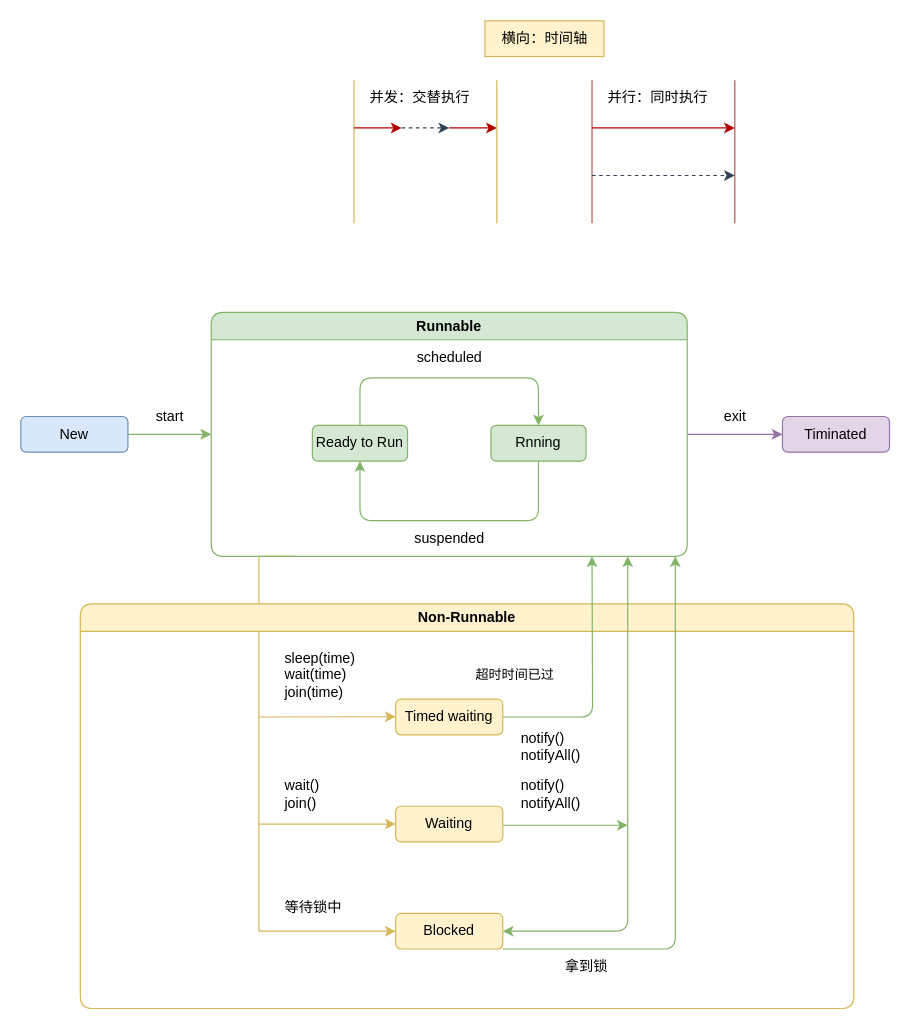
Earlier version of the draw.io diagram huhx-blog.drawio (huhx/huhx_diagram). Source tidied: cells renumbered, new cells numbered last; positions are measured from the earlier drawing's top-left corner, leaving out a move shared by most shapes. Both pictures are drawn from the tidied source at 119%, with x=0, y=0 at pixel (20, 20).
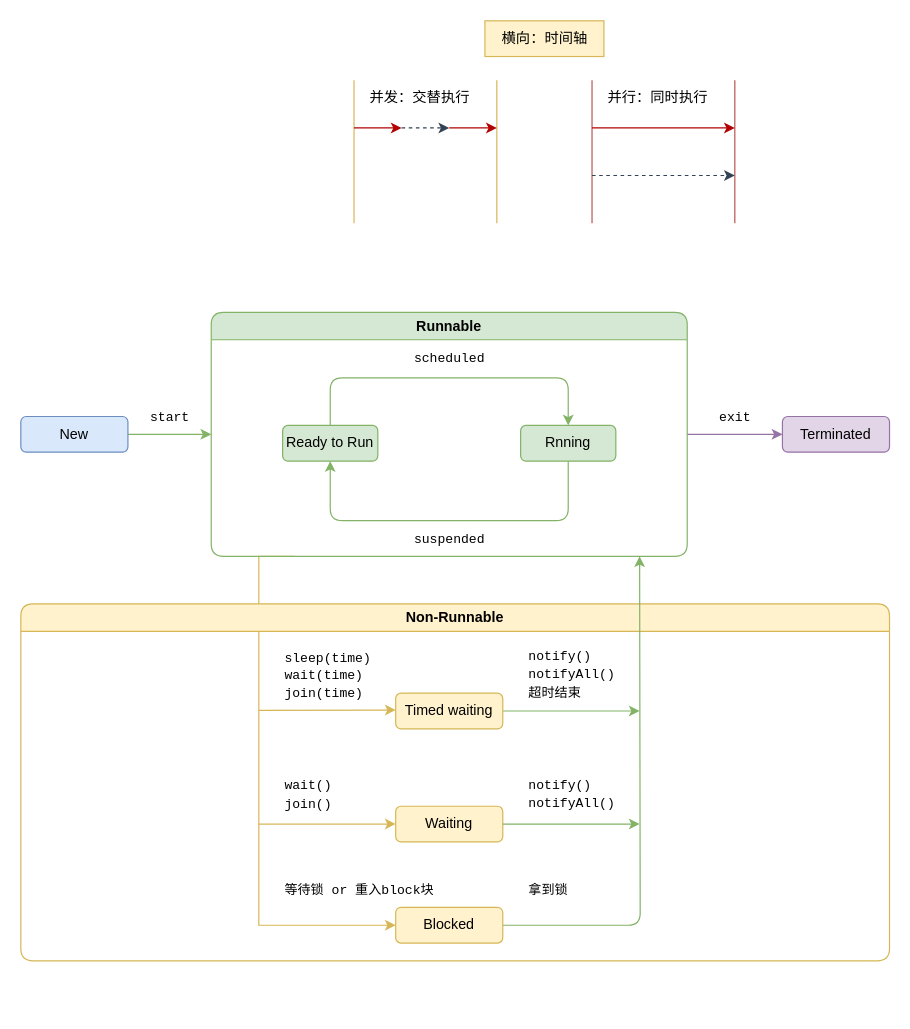
Above is the later version.

Unchanged cells that the change refers to:
```xml
<mxCell id="19" value="Runnable" style="swimlane;whiteSpace=wrap;html=1;fillColor=#d5e8d4;strokeColor=#82b366;rounded=1;" parent="1" vertex="1">
  <mxGeometry x="160" y="245" width="400" height="205" as="geometry" />
</mxCell>
```

Change to the diagram source:
```diff
@@
     <mxCell id="18" style="edgeStyle=orthogonalEdgeStyle;rounded=0;jettySize=auto;html=1;entryX=0;entryY=0.5;entryDx=0;entryDy=0;fillColor=#fff2cc;strokeColor=#d6b656;" parent="1" edge="1" target="35">
       <mxGeometry relative="1" as="geometry">
         <mxPoint x="230" y="450" as="sourcePoint" />
         <Array as="points">
           <mxPoint x="200" y="450" />
-          <mxPoint x="200" y="765" />
+          <mxPoint x="200" y="760" />
         </Array>
       </mxGeometry>
     </mxCell>
@@
-    <mxCell id="20" style="edgeStyle=orthogonalEdgeStyle;rounded=1;jettySize=auto;html=1;fillColor=#d5e8d4;strokeColor=#82b366;" parent="19" edge="1" source="21" target="23">
+    <mxCell id="20" style="edgeStyle=orthogonalEdgeStyle;rounded=1;jettySize=auto;html=1;fillColor=#d5e8d4;strokeColor=#82b366;exitX=0.5;exitY=0;exitDx=0;exitDy=0;entryX=0.5;entryY=0;entryDx=0;entryDy=0;" parent="19" edge="1" source="21" target="23">
       <mxGeometry relative="1" as="geometry">
         <Array as="points">
-          <mxPoint x="125" y="55" />
-          <mxPoint x="275" y="55" />
+          <mxPoint x="100" y="55" />
+          <mxPoint x="300" y="55" />
         </Array>
       </mxGeometry>
     </mxCell>
     <mxCell id="21" value="Ready to Run" style="rounded=1;whiteSpace=wrap;html=1;fillColor=#d5e8d4;strokeColor=#82b366;" parent="19" vertex="1">
-      <mxGeometry x="85" y="95" width="80" height="30" as="geometry" />
+      <mxGeometry x="60" y="95" width="80" height="30" as="geometry" />
     </mxCell>
-    <mxCell id="22" style="edgeStyle=orthogonalEdgeStyle;rounded=1;jettySize=auto;html=1;fillColor=#d5e8d4;strokeColor=#82b366;" parent="19" edge="1" source="23" target="21">
+    <mxCell id="22" style="edgeStyle=orthogonalEdgeStyle;rounded=1;jettySize=auto;html=1;fillColor=#d5e8d4;strokeColor=#82b366;entryX=0.5;entryY=1;entryDx=0;entryDy=0;exitX=0.5;exitY=1;exitDx=0;exitDy=0;" parent="19" edge="1" source="23" target="21">
       <mxGeometry relative="1" as="geometry">
         <Array as="points">
-          <mxPoint x="275" y="175" />
-          <mxPoint x="125" y="175" />
+          <mxPoint x="300" y="175" />
+          <mxPoint x="100" y="175" />
         </Array>
       </mxGeometry>
     </mxCell>
     <mxCell id="23" value="Rnning" style="rounded=1;whiteSpace=wrap;html=1;fillColor=#d5e8d4;strokeColor=#82b366;" parent="19" vertex="1">
-      <mxGeometry x="235" y="95" width="80" height="30" as="geometry" />
+      <mxGeometry x="260" y="95" width="80" height="30" as="geometry" />
     </mxCell>
-    <mxCell id="24" value="suspended" style="text;html=1;align=center;verticalAlign=middle;strokeColor=none;fillColor=none;" parent="19" vertex="1">
+    <mxCell id="24" value="&lt;font face=&quot;Courier New&quot; style=&quot;font-size: 11px;&quot;&gt;suspended&lt;/font&gt;" style="text;html=1;align=center;verticalAlign=middle;strokeColor=none;fillColor=none;" parent="19" vertex="1">
       <mxGeometry x="160" y="175" width="80" height="30" as="geometry" />
     </mxCell>
-    <mxCell id="25" value="scheduled" style="text;html=1;align=center;verticalAlign=middle;strokeColor=none;fillColor=none;" parent="1" vertex="1">
+    <mxCell id="25" value="&lt;font face=&quot;Courier New&quot; style=&quot;font-size: 11px;&quot;&gt;scheduled&lt;/font&gt;" style="text;html=1;align=center;verticalAlign=middle;strokeColor=none;fillColor=none;" parent="1" vertex="1">
       <mxGeometry x="320" y="268" width="80" height="30" as="geometry" />
     </mxCell>
-    <mxCell id="26" value="Timinated" style="rounded=1;whiteSpace=wrap;html=1;fillColor=#e1d5e7;strokeColor=#9673a6;" parent="1" vertex="1">
+    <mxCell id="26" value="Terminated" style="rounded=1;whiteSpace=wrap;html=1;fillColor=#e1d5e7;strokeColor=#9673a6;" parent="1" vertex="1">
       <mxGeometry x="640" y="332.5" width="90" height="30" as="geometry" />
     </mxCell>
-    <mxCell id="27" value="start" style="text;html=1;align=center;verticalAlign=middle;strokeColor=none;fillColor=none;" parent="1" vertex="1">
-      <mxGeometry x="100" y="318" width="50" height="30" as="geometry" />
+    <mxCell id="27" value="&lt;font style=&quot;font-size: 11px;&quot; face=&quot;Courier New&quot;&gt;start&lt;/font&gt;" style="text;html=1;align=center;verticalAlign=middle;strokeColor=none;fillColor=none;" parent="1" vertex="1">
+      <mxGeometry x="95" y="318" width="60" height="30" as="geometry" />
     </mxCell>
-    <mxCell id="28" value="exit" style="text;html=1;align=center;verticalAlign=middle;strokeColor=none;fillColor=none;" parent="1" vertex="1">
-      <mxGeometry x="580" y="318" width="40" height="30" as="geometry" />
+    <mxCell id="28" value="&lt;font face=&quot;Courier New&quot; style=&quot;font-size: 11px;&quot;&gt;exit&lt;/font&gt;" style="text;html=1;align=center;verticalAlign=middle;strokeColor=none;fillColor=none;" parent="1" vertex="1">
+      <mxGeometry x="575" y="318" width="50" height="30" as="geometry" />
     </mxCell>
     <mxCell id="29" value="Non-Runnable" style="swimlane;whiteSpace=wrap;html=1;rounded=1;fillColor=#fff2cc;strokeColor=#d6b656;" parent="1" vertex="1">
-      <mxGeometry x="50" y="490" width="650" height="340" as="geometry" />
+      <mxGeometry y="490" width="730" height="300" as="geometry" />
     </mxCell>
-    <mxCell id="30" style="edgeStyle=orthogonalEdgeStyle;rounded=1;jettySize=auto;html=1;fillColor=#d5e8d4;strokeColor=#82b366;" parent="29" edge="1" source="31">
-      <mxGeometry relative="1" as="geometry">
-        <mxPoint x="430" y="-40" as="targetPoint" />
-      </mxGeometry>
-    </mxCell>
+    <mxCell id="46" style="edgeStyle=orthogonalEdgeStyle;rounded=0;jettySize=auto;html=1;fillColor=#d5e8d4;strokeColor=#82b366;" parent="29" edge="1" source="31">
+      <mxGeometry relative="1" as="geometry">
+        <mxPoint x="520" y="90" as="targetPoint" />
+      </mxGeometry>
+    </mxCell>
     <mxCell id="31" value="Timed waiting" style="rounded=1;whiteSpace=wrap;html=1;fillColor=#fff2cc;strokeColor=#d6b656;" parent="29" vertex="1">
-      <mxGeometry x="265" y="80" width="90" height="30" as="geometry" />
+      <mxGeometry x="315" y="75" width="90" height="30" as="geometry" />
     </mxCell>
-    <mxCell id="32" style="edgeStyle=orthogonalEdgeStyle;rounded=0;orthogonalLoop=1;jettySize=auto;html=1;fillColor=#d5e8d4;strokeColor=#82b366;" parent="29" edge="1">
-      <mxGeometry relative="1" as="geometry">
-        <mxPoint x="350" y="186" as="sourcePoint" />
-        <mxPoint x="460" y="186" as="targetPoint" />
-      </mxGeometry>
-    </mxCell>
-    <mxCell id="33" value="Waiting" style="rounded=1;whiteSpace=wrap;html=1;fillColor=#fff2cc;strokeColor=#d6b656;" parent="29" vertex="1">
-      <mxGeometry x="265" y="170" width="90" height="30" as="geometry" />
-    </mxCell>
-    <mxCell id="34" style="edgeStyle=orthogonalEdgeStyle;rounded=1;jettySize=auto;html=1;exitX=1;exitY=0.5;exitDx=0;exitDy=0;strokeColor=#82b366;startArrow=classic;startFill=1;fillColor=#d5e8d4;" parent="29" edge="1" source="35">
-      <mxGeometry relative="1" as="geometry">
-        <mxPoint x="460" y="-40" as="targetPoint" />
-        <Array as="points">
-          <mxPoint x="460" y="275" />
-          <mxPoint x="460" y="-40" />
-        </Array>
-      </mxGeometry>
-    </mxCell>
+    <mxCell id="47" style="edgeStyle=orthogonalEdgeStyle;rounded=1;jettySize=auto;html=1;fillColor=#d5e8d4;strokeColor=#82b366;" parent="29" edge="1" source="35">
+      <mxGeometry relative="1" as="geometry">
+        <mxPoint x="520" y="-40" as="targetPoint" />
+      </mxGeometry>
+    </mxCell>
     <mxCell id="35" value="Blocked" style="rounded=1;whiteSpace=wrap;html=1;fillColor=#fff2cc;strokeColor=#d6b656;" parent="29" vertex="1">
-      <mxGeometry x="265" y="260" width="90" height="30" as="geometry" />
+      <mxGeometry x="315" y="255" width="90" height="30" as="geometry" />
     </mxCell>
-    <mxCell id="36" value="拿到锁" style="text;html=1;align=center;verticalAlign=middle;strokeColor=none;fillColor=none;" parent="29" vertex="1">
-      <mxGeometry x="395" y="290" width="60" height="30" as="geometry" />
-    </mxCell>
-    <mxCell id="37" value="&lt;div style=&quot;text-align: left;&quot;&gt;&lt;span style=&quot;background-color: initial;&quot;&gt;notify()&lt;/span&gt;&lt;/div&gt;notifyAll()" style="text;html=1;align=center;verticalAlign=middle;strokeColor=none;fillColor=none;" parent="29" vertex="1">
-      <mxGeometry x="360" y="140" width="70" height="40" as="geometry" />
+    <mxCell id="37" value="&lt;div style=&quot;font-size: 11px;&quot;&gt;&lt;span style=&quot;background-color: initial;&quot;&gt;&lt;font style=&quot;font-size: 11px;&quot; face=&quot;Courier New&quot;&gt;notify()&lt;/font&gt;&lt;/span&gt;&lt;/div&gt;&lt;font style=&quot;font-size: 11px;&quot; face=&quot;Courier New&quot;&gt;notifyAll()&lt;/font&gt;" style="text;html=1;align=left;verticalAlign=middle;strokeColor=none;fillColor=none;" parent="29" vertex="1">
+      <mxGeometry x="425" y="140" width="100" height="40" as="geometry" />
     </mxCell>
-    <mxCell id="38" value="&lt;div style=&quot;text-align: left;&quot;&gt;&lt;span style=&quot;background-color: initial;&quot;&gt;notify()&lt;/span&gt;&lt;/div&gt;notifyAll()" style="text;html=1;align=center;verticalAlign=middle;strokeColor=none;fillColor=none;" parent="29" vertex="1">
-      <mxGeometry x="360" y="100" width="70" height="40" as="geometry" />
+    <mxCell id="38" value="&lt;div style=&quot;font-size: 11px;&quot;&gt;&lt;span style=&quot;background-color: initial;&quot;&gt;&lt;font style=&quot;font-size: 11px;&quot; face=&quot;Courier New&quot;&gt;notify()&lt;/font&gt;&lt;/span&gt;&lt;/div&gt;&lt;font style=&quot;font-size: 11px;&quot; face=&quot;Courier New&quot;&gt;notifyAll()&lt;br&gt;超时结束&lt;/font&gt;" style="text;html=1;align=left;verticalAlign=middle;strokeColor=none;fillColor=none;" parent="29" vertex="1">
+      <mxGeometry x="425" y="30" width="100" height="60" as="geometry" />
     </mxCell>
-    <mxCell id="39" value="&lt;font style=&quot;font-size: 11px;&quot;&gt;超时时间已过&lt;/font&gt;" style="text;html=1;align=center;verticalAlign=middle;strokeColor=none;fillColor=none;" parent="29" vertex="1">
-      <mxGeometry x="320" y="45" width="90" height="30" as="geometry" />
-    </mxCell>
-    <mxCell id="40" value="等待锁中" style="text;html=1;align=left;verticalAlign=middle;strokeColor=none;fillColor=none;" parent="29" vertex="1">
-      <mxGeometry x="170" y="240" width="70" height="30" as="geometry" />
+    <mxCell id="40" value="&lt;font face=&quot;Courier New&quot; style=&quot;font-size: 11px;&quot;&gt;等待锁 or&amp;nbsp;重入block块&lt;/font&gt;" style="text;html=1;align=left;verticalAlign=middle;strokeColor=none;fillColor=none;" parent="29" vertex="1">
+      <mxGeometry x="220" y="225" width="150" height="30" as="geometry" />
     </mxCell>
     <mxCell id="41" style="endArrow=classic;html=1;rounded=0;entryX=0;entryY=0.5;entryDx=0;entryDy=0;fillColor=#fff2cc;strokeColor=#d6b656;" parent="29" edge="1">
       <mxGeometry relative="1" as="geometry">
-        <mxPoint x="150" y="95" as="sourcePoint" />
-        <mxPoint x="265" y="94.8" as="targetPoint" />
+        <mxPoint x="200" y="89.4" as="sourcePoint" />
+        <mxPoint x="315" y="89.2" as="targetPoint" />
       </mxGeometry>
     </mxCell>
-    <mxCell id="42" value="sleep(time)&lt;br&gt;wait(time)&lt;br&gt;join(time)" style="text;html=1;align=left;verticalAlign=middle;strokeColor=none;fillColor=none;" parent="29" vertex="1">
-      <mxGeometry x="170" y="30" width="80" height="60" as="geometry" />
+    <mxCell id="42" value="&lt;font face=&quot;Courier New&quot; style=&quot;font-size: 11px;&quot;&gt;sleep(time)&lt;br&gt;wait(time)&lt;br&gt;join(time)&lt;/font&gt;" style="text;html=1;align=left;verticalAlign=middle;strokeColor=none;fillColor=none;" parent="29" vertex="1">
+      <mxGeometry x="220" y="30" width="100" height="60" as="geometry" />
     </mxCell>
-    <mxCell id="43" value="wait()&lt;br&gt;join()" style="text;html=1;align=left;verticalAlign=middle;strokeColor=none;fillColor=none;" parent="29" vertex="1">
-      <mxGeometry x="170" y="140" width="50" height="40" as="geometry" />
+    <mxCell id="43" value="&lt;font face=&quot;Courier New&quot; style=&quot;font-size: 11px;&quot;&gt;wait()&lt;br&gt;join()&lt;/font&gt;" style="text;html=1;align=left;verticalAlign=middle;strokeColor=none;fillColor=none;" parent="29" vertex="1">
+      <mxGeometry x="220" y="140" width="60" height="40" as="geometry" />
     </mxCell>
-    <mxCell id="44" style="edgeStyle=orthogonalEdgeStyle;rounded=1;jettySize=auto;html=1;fillColor=#d5e8d4;strokeColor=#82b366;" parent="1" edge="1" source="35">
-      <mxGeometry relative="1" as="geometry">
-        <mxPoint x="550" y="450" as="targetPoint" />
-        <Array as="points">
-          <mxPoint x="550" y="780" />
-          <mxPoint x="550" y="450" />
-        </Array>
-      </mxGeometry>
-    </mxCell>
+    <mxCell id="33" value="Waiting" style="rounded=1;whiteSpace=wrap;html=1;fillColor=#fff2cc;strokeColor=#d6b656;" parent="29" vertex="1">
+      <mxGeometry x="315" y="170" width="90" height="30" as="geometry" />
+    </mxCell>
+    <mxCell id="36" value="&lt;font face=&quot;Courier New&quot; style=&quot;font-size: 11px;&quot;&gt;拿到锁&lt;/font&gt;" style="text;html=1;align=left;verticalAlign=middle;strokeColor=none;fillColor=none;" parent="29" vertex="1">
+      <mxGeometry x="425" y="225" width="60" height="30" as="geometry" />
+    </mxCell>
@@
+    <mxCell id="48" style="endArrow=classic;html=1;rounded=0;exitX=1;exitY=0.5;exitDx=0;exitDy=0;fillColor=#d5e8d4;strokeColor=#82b366;" parent="1" edge="1" source="33">
+      <mxGeometry relative="1" as="geometry">
+        <mxPoint x="520" y="675" as="targetPoint" />
+      </mxGeometry>
+    </mxCell>
```
